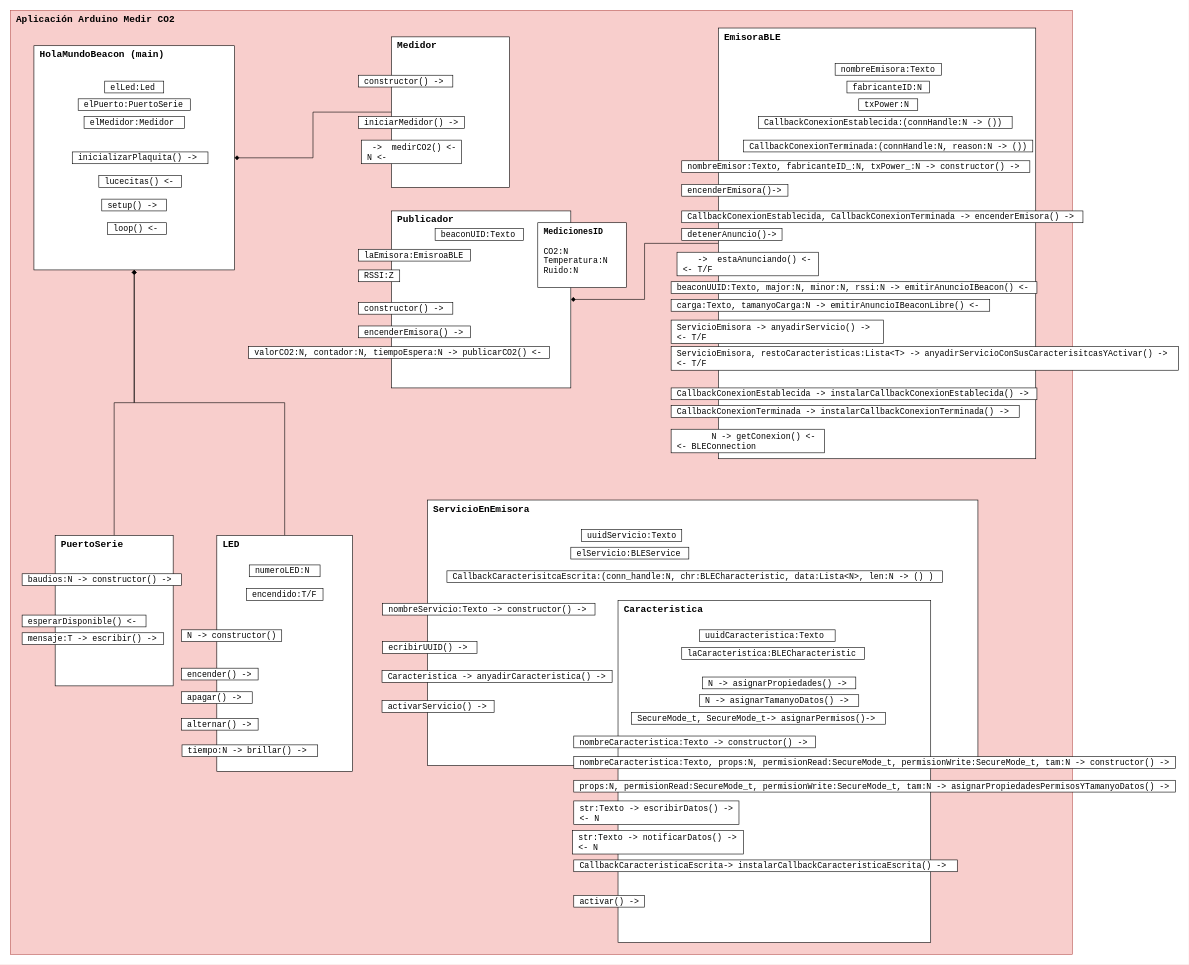
Before: doc/DiseñoClasesHolaMundoBeacon.drawio in GTI-3A-Pure-Life/Pure-Life-Arduino, a draw.io diagram. Source tidied: cells renumbered, new cells numbered last; positions are measured from the earlier drawing's top-left corner, leaving out a move shared by most shapes. Both pictures are drawn from the tidied source at 59%, with x=0, y=0 at pixel (10, 10).
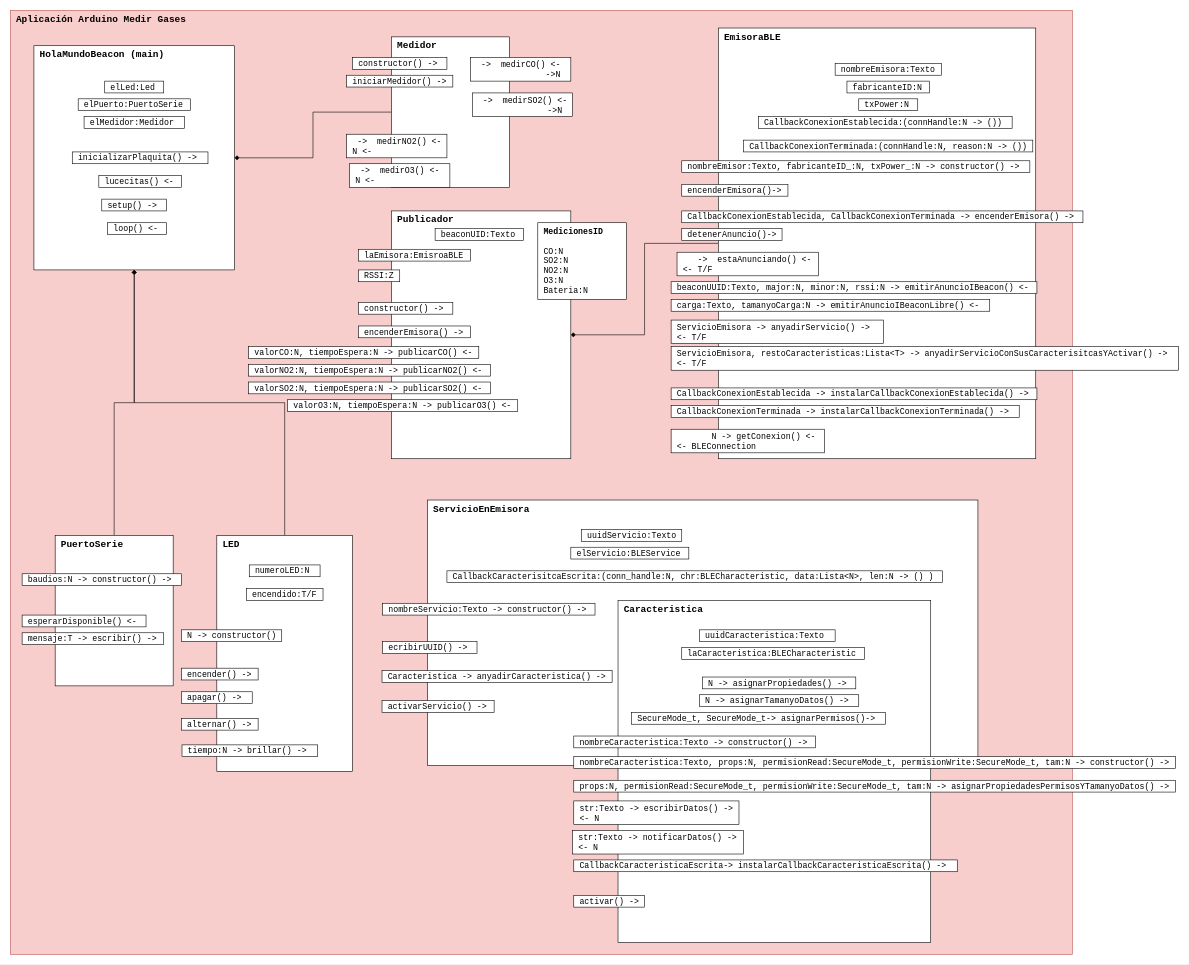
Above is the later version.

Commit message (it also covers changes not shown here):
actualizacion documentos 04/11/2021

actualizacion de los nuevos metodos

Change to the diagram source:
```diff
@@
-    <mxCell id="2" value="&lt;font style=&quot;font-size: 16px&quot;&gt;&lt;b&gt;Aplicación Arduino Medir CO2&lt;/b&gt;&lt;/font&gt;" style="rounded=0;whiteSpace=wrap;html=1;fontFamily=Courier New;align=left;horizontal=1;verticalAlign=top;spacingLeft=8;fillColor=#f8cecc;strokeColor=#b85450;" parent="1" vertex="1">
+    <mxCell id="2" value="&lt;font style=&quot;font-size: 16px&quot;&gt;&lt;b&gt;Aplicación Arduino Medir Gases&lt;/b&gt;&lt;/font&gt;" style="rounded=0;whiteSpace=wrap;html=1;fontFamily=Courier New;align=left;horizontal=1;verticalAlign=top;spacingLeft=8;fillColor=#f8cecc;strokeColor=#b85450;" parent="1" vertex="1">
       <mxGeometry width="1800" height="1600" as="geometry" />
     </mxCell>
@@
     <mxCell id="37" value="&lt;font style=&quot;font-size: 14px&quot;&gt;constructor() -&amp;gt;&lt;br&gt;&lt;/font&gt;" style="rounded=0;whiteSpace=wrap;html=1;align=left;fontFamily=Courier New;spacingTop=2;spacingLeft=8;" parent="1" vertex="1">
-      <mxGeometry x="590" y="110" width="160" height="20" as="geometry" />
+      <mxGeometry x="580" y="80" width="160" height="20" as="geometry" />
     </mxCell>
     <mxCell id="38" value="&lt;font style=&quot;font-size: 14px&quot;&gt;iniciarMedidor() -&amp;gt;&lt;br&gt;&lt;/font&gt;" style="rounded=0;whiteSpace=wrap;html=1;align=left;fontFamily=Courier New;spacingTop=2;spacingLeft=8;" parent="1" vertex="1">
-      <mxGeometry x="590" y="180" width="180" height="20" as="geometry" />
+      <mxGeometry x="570" y="110" width="180" height="20" as="geometry" />
     </mxCell>
-    <mxCell id="39" value="&lt;font style=&quot;font-size: 14px&quot;&gt;&amp;nbsp;-&amp;gt;&amp;nbsp; medirCO2() &amp;lt;-&lt;br&gt;N &amp;lt;-&lt;br&gt;&lt;/font&gt;" style="rounded=0;whiteSpace=wrap;html=1;align=left;fontFamily=Courier New;spacingTop=2;spacingLeft=8;" parent="1" vertex="1">
-      <mxGeometry x="595" y="220" width="170" height="40" as="geometry" />
+    <mxCell id="39" value="&lt;font style=&quot;font-size: 14px&quot;&gt;&amp;nbsp;-&amp;gt;&amp;nbsp; medirCO() &amp;lt;-&lt;br&gt;&amp;nbsp; &amp;nbsp; &amp;nbsp; &amp;nbsp; &amp;nbsp; &amp;nbsp; &amp;nbsp; -&amp;gt;N&amp;nbsp;&lt;br&gt;&lt;/font&gt;" style="rounded=0;whiteSpace=wrap;html=1;align=left;fontFamily=Courier New;spacingTop=2;spacingLeft=8;" parent="1" vertex="1">
+      <mxGeometry x="780" y="80" width="170" height="40" as="geometry" />
     </mxCell>
     <mxCell id="40" value="&lt;font style=&quot;font-size: 16px&quot;&gt;&lt;b&gt;Publicador&lt;/b&gt;&lt;/font&gt;" style="rounded=0;whiteSpace=wrap;html=1;fontFamily=Courier New;align=left;horizontal=1;verticalAlign=top;spacingLeft=8;" parent="1" vertex="1">
-      <mxGeometry x="646" y="340" width="304" height="300" as="geometry" />
+      <mxGeometry x="646" y="340" width="304" height="420" as="geometry" />
     </mxCell>
@@
-    <mxCell id="45" value="&lt;font style=&quot;font-size: 14px&quot;&gt;valorCO2:N, contador:N, tiempoEspera:N -&amp;gt; publicarCO2() &amp;lt;-&lt;br&gt;&lt;/font&gt;" style="rounded=0;whiteSpace=wrap;html=1;align=left;fontFamily=Courier New;spacingTop=2;spacingLeft=8;" parent="1" vertex="1">
-      <mxGeometry x="404" y="570" width="510" height="20" as="geometry" />
+    <mxCell id="45" value="&lt;font style=&quot;font-size: 14px&quot;&gt;valorCO:N, tiempoEspera:N -&amp;gt; publicarCO() &amp;lt;-&lt;br&gt;&lt;/font&gt;" style="rounded=0;whiteSpace=wrap;html=1;align=left;fontFamily=Courier New;spacingTop=2;spacingLeft=8;" parent="1" vertex="1">
+      <mxGeometry x="404" y="570" width="390" height="20" as="geometry" />
     </mxCell>
@@
-    <mxCell id="63" value="&lt;font style=&quot;font-size: 14px&quot;&gt;&lt;b&gt;MedicionesID&lt;/b&gt;&lt;br&gt;&lt;br&gt;CO2:N&lt;br&gt;Temperatura:N&lt;br&gt;Ruido:N&lt;br&gt;&lt;br&gt;&lt;/font&gt;" style="rounded=0;whiteSpace=wrap;html=1;fontFamily=Courier New;align=left;horizontal=1;verticalAlign=top;spacingLeft=8;" parent="1" vertex="1">
-      <mxGeometry x="894" y="360" width="150" height="110" as="geometry" />
+    <mxCell id="63" value="&lt;font style=&quot;font-size: 14px&quot;&gt;&lt;b&gt;MedicionesID&lt;/b&gt;&lt;br&gt;&lt;br&gt;CO:N&lt;br&gt;SO2:N&lt;br&gt;NO2:N&lt;br&gt;O3:N&lt;br&gt;Bateria:N&lt;br&gt;&lt;br&gt;&lt;/font&gt;" style="rounded=0;whiteSpace=wrap;html=1;fontFamily=Courier New;align=left;horizontal=1;verticalAlign=top;spacingLeft=8;" parent="1" vertex="1">
+      <mxGeometry x="894" y="360" width="150" height="130" as="geometry" />
     </mxCell>
@@
+    <mxCell id="78" value="&lt;font style=&quot;font-size: 14px&quot;&gt;&amp;nbsp;-&amp;gt;&amp;nbsp; medirSO2() &amp;lt;-&lt;br&gt;&amp;nbsp; &amp;nbsp; &amp;nbsp; &amp;nbsp; &amp;nbsp; &amp;nbsp; &amp;nbsp; -&amp;gt;N&amp;nbsp;&lt;br&gt;&lt;/font&gt;" style="rounded=0;whiteSpace=wrap;html=1;align=left;fontFamily=Courier New;spacingTop=2;spacingLeft=8;" parent="1" vertex="1">
+      <mxGeometry x="783" y="140" width="170" height="40" as="geometry" />
+    </mxCell>
+    <mxCell id="79" value="&lt;font style=&quot;font-size: 14px&quot;&gt;&amp;nbsp;-&amp;gt;&amp;nbsp; medirO3() &amp;lt;-&lt;br&gt;N &amp;lt;-&lt;br&gt;&lt;/font&gt;" style="rounded=0;whiteSpace=wrap;html=1;align=left;fontFamily=Courier New;spacingTop=2;spacingLeft=8;" parent="1" vertex="1">
+      <mxGeometry x="575" y="260" width="170" height="40" as="geometry" />
+    </mxCell>
+    <mxCell id="80" value="&lt;font style=&quot;font-size: 14px&quot;&gt;&amp;nbsp;-&amp;gt;&amp;nbsp; medirNO2() &amp;lt;-&lt;br&gt;N &amp;lt;-&lt;br&gt;&lt;/font&gt;" style="rounded=0;whiteSpace=wrap;html=1;align=left;fontFamily=Courier New;spacingTop=2;spacingLeft=8;" parent="1" vertex="1">
+      <mxGeometry x="570" y="210" width="170" height="40" as="geometry" />
+    </mxCell>
+    <mxCell id="81" value="&lt;font style=&quot;font-size: 14px&quot;&gt;valorNO2:N, tiempoEspera:N -&amp;gt; publicarNO2() &amp;lt;-&lt;br&gt;&lt;/font&gt;" style="rounded=0;whiteSpace=wrap;html=1;align=left;fontFamily=Courier New;spacingTop=2;spacingLeft=8;" parent="1" vertex="1">
+      <mxGeometry x="404" y="600" width="410" height="20" as="geometry" />
+    </mxCell>
+    <mxCell id="82" value="&lt;font style=&quot;font-size: 14px&quot;&gt;valorSO2:N, tiempoEspera:N -&amp;gt; publicarSO2() &amp;lt;-&lt;br&gt;&lt;/font&gt;" style="rounded=0;whiteSpace=wrap;html=1;align=left;fontFamily=Courier New;spacingTop=2;spacingLeft=8;" parent="1" vertex="1">
+      <mxGeometry x="404" y="630" width="410" height="20" as="geometry" />
+    </mxCell>
+    <mxCell id="83" value="&lt;font style=&quot;font-size: 14px&quot;&gt;valorO3:N, tiempoEspera:N -&amp;gt; publicarO3() &amp;lt;-&lt;br&gt;&lt;/font&gt;" style="rounded=0;whiteSpace=wrap;html=1;align=left;fontFamily=Courier New;spacingTop=2;spacingLeft=8;" parent="1" vertex="1">
+      <mxGeometry x="470" y="660" width="390" height="20" as="geometry" />
+    </mxCell>
```
